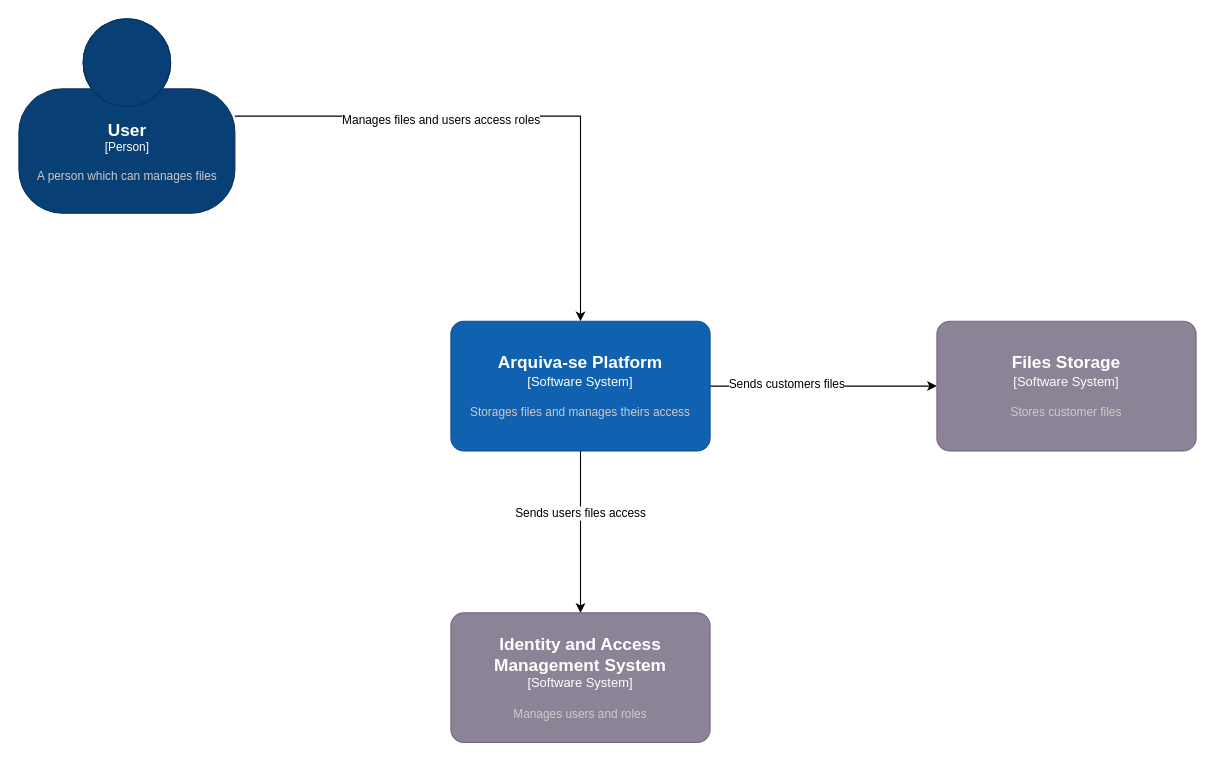
This is page "C4 Model - Context" (1 of 5) of docs/TCC - C4 Diagram.drawio from FelipeSpinelli/puc-minas-pos-tcc, a draw.io file, before an edit. Source tidied: cells renumbered, new cells numbered last; positions are measured from the earlier drawing's top-left corner, leaving out a move shared by most shapes. Both pictures are drawn from the tidied source at 108%, with x=0, y=0 at pixel (18, 18).
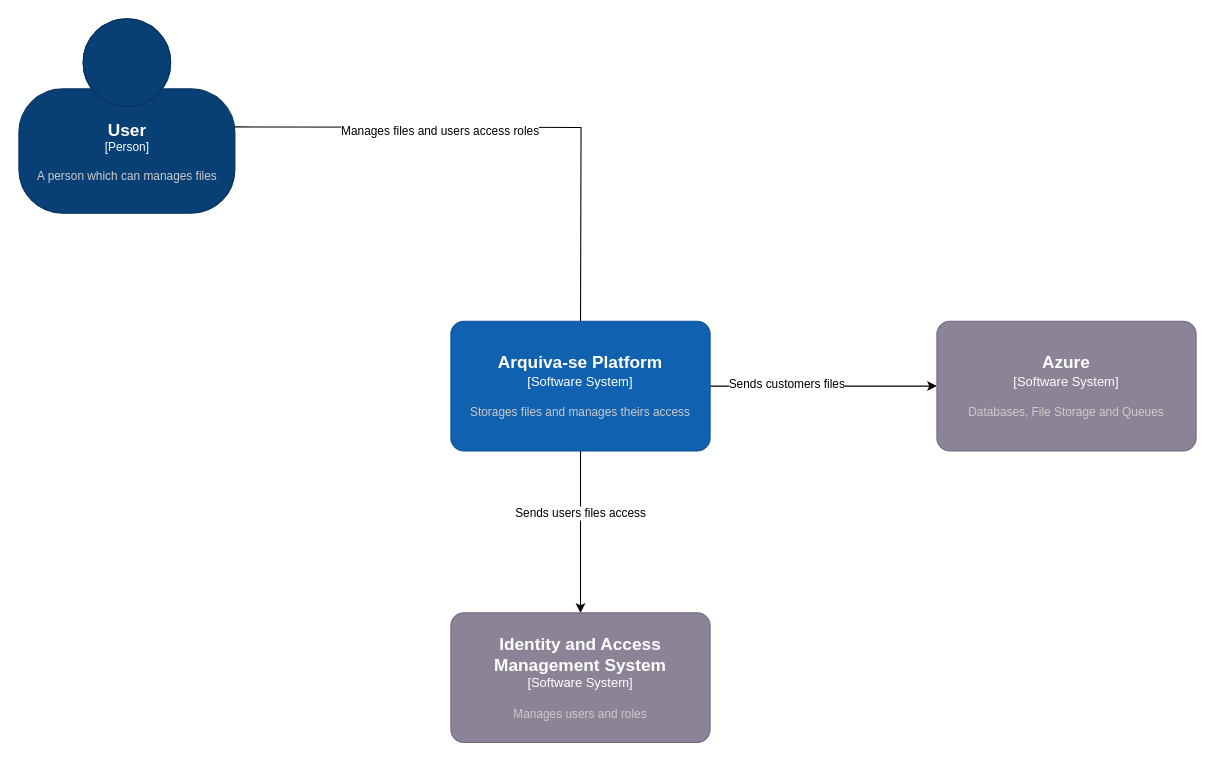
Above is the later version.

What changed in the source:
```diff
@@
 <mxGraphModel>
   <root>
     <mxCell id="0" />
     <mxCell id="1" parent="0" />
-    <mxCell id="2" style="edgeStyle=orthogonalEdgeStyle;rounded=0;jettySize=auto;html=1;" parent="1" edge="1" source="4" target="9">
-      <mxGeometry relative="1" as="geometry" />
+    <mxCell id="2" style="edgeStyle=orthogonalEdgeStyle;rounded=0;orthogonalLoop=1;jettySize=auto;html=1;" parent="1" edge="1">
+      <mxGeometry relative="1" as="geometry">
+        <mxPoint x="200" y="100" as="sourcePoint" />
+        <mxPoint x="520" y="290" as="targetPoint" />
+      </mxGeometry>
     </mxCell>
     <mxCell id="3" value="Manages files and users access roles" style="edgeLabel;html=1;align=center;verticalAlign=middle;" parent="2" vertex="1">
       <mxGeometry x="-0.26" y="-3" relative="1" as="geometry">
         <mxPoint x="1" as="offset" />
       </mxGeometry>
     </mxCell>
     <object id="4" label="&lt;font style=&quot;font-size: 16px&quot;&gt;&lt;b&gt;%c4Name%&lt;/b&gt;&lt;/font&gt;&lt;div&gt;[%c4Type%]&lt;/div&gt;&lt;br&gt;&lt;div&gt;&lt;font style=&quot;font-size: 11px&quot;&gt;&lt;font color=&quot;#cccccc&quot;&gt;%c4Description%&lt;/font&gt;&lt;/div&gt;" c4Description="A person which can manages files" c4Name="User" c4Type="Person" placeholders="1">
       <mxCell style="html=1;fontSize=11;dashed=0;whitespace=wrap;fillColor=#083F75;strokeColor=#06315C;fontColor=#ffffff;shape=mxgraph.c4.person2;align=center;points=[[0.5,0,0],[1,0.5,0],[1,0.75,0],[0.75,1,0],[0.5,1,0],[0.25,1,0],[0,0.75,0],[0,0.5,0]];" parent="1" vertex="1">
         <mxGeometry width="200" height="180" as="geometry" />
       </mxCell>
     </object>
     <mxCell id="5" style="edgeStyle=orthogonalEdgeStyle;rounded=0;jettySize=auto;html=1;entryX=0;entryY=0.5;entryDx=0;entryDy=0;entryPerimeter=0;" parent="1" edge="1" source="9" target="10">
       <mxGeometry relative="1" as="geometry" />
     </mxCell>
     <mxCell id="6" value="Sends customers files" style="edgeLabel;html=1;align=center;verticalAlign=middle;" parent="5" vertex="1">
       <mxGeometry x="-0.33" y="3" relative="1" as="geometry" />
     </mxCell>
     <mxCell id="7" style="edgeStyle=orthogonalEdgeStyle;rounded=0;jettySize=auto;html=1;entryX=0.5;entryY=0;entryDx=0;entryDy=0;entryPerimeter=0;" parent="1" edge="1" source="9" target="11">
       <mxGeometry relative="1" as="geometry" />
     </mxCell>
     <mxCell id="8" value="Sends users files access" style="edgeLabel;html=1;align=center;verticalAlign=middle;" parent="7" vertex="1">
       <mxGeometry x="-0.24" y="-1" relative="1" as="geometry" />
     </mxCell>
     <object id="9" label="&lt;font style=&quot;font-size: 16px&quot;&gt;&lt;b&gt;%c4Name%&lt;/b&gt;&lt;/font&gt;&lt;div&gt;[%c4Type%]&lt;/div&gt;&lt;br&gt;&lt;div&gt;&lt;font style=&quot;font-size: 11px&quot;&gt;&lt;font color=&quot;#cccccc&quot;&gt;%c4Description%&lt;/font&gt;&lt;/div&gt;" c4Description="Storages files and manages theirs access" c4Name="Arquiva-se Platform" c4Type="Software System" placeholders="1">
       <mxCell style="rounded=1;whiteSpace=wrap;html=1;labelBackgroundColor=none;fillColor=#1061B0;fontColor=#ffffff;align=center;arcSize=10;strokeColor=#0D5091;points=[[0.25,0,0],[0.5,0,0],[0.75,0,0],[1,0.25,0],[1,0.5,0],[1,0.75,0],[0.75,1,0],[0.5,1,0],[0.25,1,0],[0,0.75,0],[0,0.5,0],[0,0.25,0]];" parent="1" vertex="1">
         <mxGeometry x="400" y="280" width="240" height="120" as="geometry" />
       </mxCell>
     </object>
-    <object id="10" label="&lt;font style=&quot;font-size: 16px&quot;&gt;&lt;b&gt;%c4Name%&lt;/b&gt;&lt;/font&gt;&lt;div&gt;[%c4Type%]&lt;/div&gt;&lt;br&gt;&lt;div&gt;&lt;font style=&quot;font-size: 11px&quot;&gt;&lt;font color=&quot;#cccccc&quot;&gt;%c4Description%&lt;/font&gt;&lt;/div&gt;" c4Description="Stores customer files" c4Name="Files Storage" c4Type="Software System" placeholders="1">
+    <object id="10" label="&lt;font style=&quot;font-size: 16px&quot;&gt;&lt;b&gt;%c4Name%&lt;/b&gt;&lt;/font&gt;&lt;div&gt;[%c4Type%]&lt;/div&gt;&lt;br&gt;&lt;div&gt;&lt;font style=&quot;font-size: 11px&quot;&gt;&lt;font color=&quot;#cccccc&quot;&gt;%c4Description%&lt;/font&gt;&lt;/div&gt;" c4Description="Databases, File Storage and Queues" c4Name="Azure" c4Type="Software System" placeholders="1">
       <mxCell style="rounded=1;whiteSpace=wrap;html=1;labelBackgroundColor=none;fillColor=#8C8496;fontColor=#ffffff;align=center;arcSize=10;strokeColor=#736782;points=[[0.25,0,0],[0.5,0,0],[0.75,0,0],[1,0.25,0],[1,0.5,0],[1,0.75,0],[0.75,1,0],[0.5,1,0],[0.25,1,0],[0,0.75,0],[0,0.5,0],[0,0.25,0]];" parent="1" vertex="1">
         <mxGeometry x="850" y="280" width="240" height="120" as="geometry" />
       </mxCell>
     </object>
     <object id="11" label="&lt;font style=&quot;font-size: 16px&quot;&gt;&lt;b&gt;%c4Name%&lt;/b&gt;&lt;/font&gt;&lt;div&gt;[%c4Type%]&lt;/div&gt;&lt;br&gt;&lt;div&gt;&lt;font style=&quot;font-size: 11px&quot;&gt;&lt;font color=&quot;#cccccc&quot;&gt;%c4Description%&lt;/font&gt;&lt;/div&gt;" c4Description="Manages users and roles" c4Name="Identity and Access Management System" c4Type="Software System" placeholders="1">
       <mxCell style="rounded=1;whiteSpace=wrap;html=1;labelBackgroundColor=none;fillColor=#8C8496;fontColor=#ffffff;align=center;arcSize=10;strokeColor=#736782;points=[[0.25,0,0],[0.5,0,0],[0.75,0,0],[1,0.25,0],[1,0.5,0],[1,0.75,0],[0.75,1,0],[0.5,1,0],[0.25,1,0],[0,0.75,0],[0,0.5,0],[0,0.25,0]];" parent="1" vertex="1">
         <mxGeometry x="400" y="550" width="240" height="120" as="geometry" />
       </mxCell>
     </object>
   </root>
 </mxGraphModel>
```
